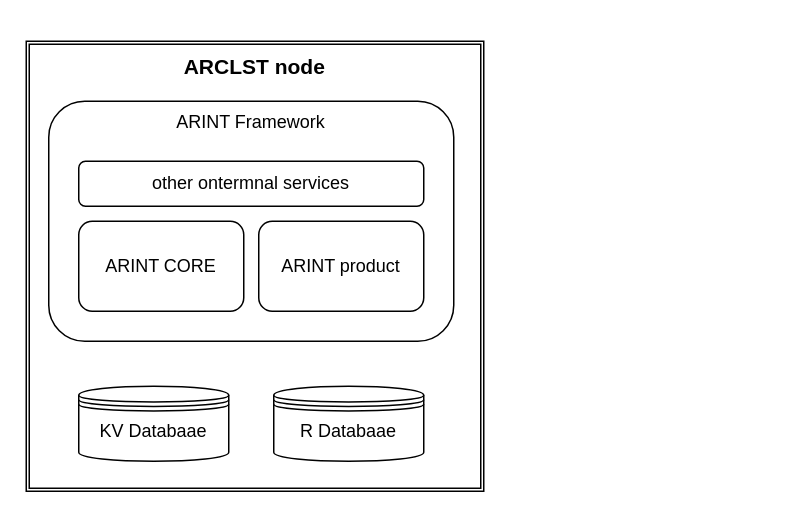
Above: doc_src/pictures/system_landscape.drawio in petre-renware/arint (draw.io), before the change. Source tidied: cells renumbered, new cells numbered last; positions are measured from the earlier drawing's top-left corner, leaving out a move shared by most shapes. Both pictures are drawn from the tidied source at 150%, with x=0, y=0 at pixel (26, 40).
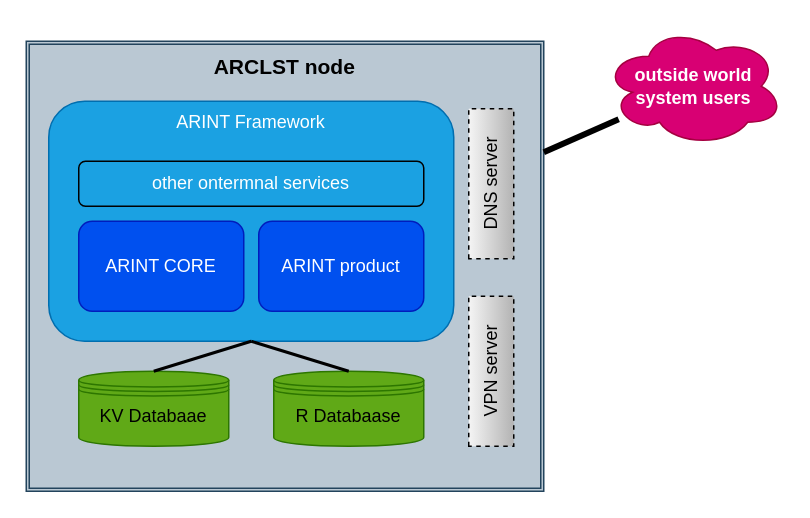
Above is the later version.

What changed in the source:
```diff
@@
 <mxGraphModel>
   <root>
     <mxCell id="0" />
     <mxCell id="1" parent="0" />
-    <mxCell id="2" value="ARCLST node" style="shape=ext;double=1;rounded=0;whiteSpace=wrap;html=1;align=center;verticalAlign=top;fontStyle=1;fontSize=14;" parent="1" vertex="1">
-      <mxGeometry width="305" height="300" as="geometry" />
+    <mxCell id="2" value="ARCLST node" style="shape=ext;double=1;rounded=0;whiteSpace=wrap;html=1;align=center;verticalAlign=top;fontStyle=1;fontSize=14;fillColor=#bac8d3;strokeColor=#23445d;fontColor=#000000;" parent="1" vertex="1">
+      <mxGeometry width="345" height="300" as="geometry" />
     </mxCell>
-    <mxCell id="3" value="ARINT Framework" style="rounded=1;whiteSpace=wrap;html=1;verticalAlign=top;fontStyle=0;" parent="1" vertex="1">
+    <mxCell id="3" value="ARINT Framework" style="rounded=1;whiteSpace=wrap;html=1;verticalAlign=top;fontStyle=0;fillColor=#1ba1e2;fontColor=#ffffff;strokeColor=#006EAF;" parent="1" vertex="1">
       <mxGeometry x="15" y="40" width="270" height="160" as="geometry" />
     </mxCell>
-    <mxCell id="4" value="ARINT product" style="rounded=1;whiteSpace=wrap;html=1;" parent="1" vertex="1">
+    <mxCell id="4" value="ARINT product" style="rounded=1;whiteSpace=wrap;html=1;fillColor=#0050ef;fontColor=#ffffff;strokeColor=#001DBC;" parent="1" vertex="1">
       <mxGeometry x="155" y="120" width="110" height="60" as="geometry" />
     </mxCell>
-    <mxCell id="5" value="other ontermnal services" style="rounded=1;whiteSpace=wrap;html=1;" parent="1" vertex="1">
+    <mxCell id="5" value="other ontermnal services" style="rounded=1;whiteSpace=wrap;html=1;fillColor=#1ba1e2;fontColor=#ffffff;strokeColor=#000000;" parent="1" vertex="1">
       <mxGeometry x="35" y="80" width="230" height="30" as="geometry" />
     </mxCell>
-    <mxCell id="6" value="ARINT CORE" style="rounded=1;whiteSpace=wrap;html=1;" parent="1" vertex="1">
+    <mxCell id="6" value="ARINT CORE" style="rounded=1;whiteSpace=wrap;html=1;fillColor=#0050ef;fontColor=#ffffff;strokeColor=#001DBC;" parent="1" vertex="1">
       <mxGeometry x="35" y="120" width="110" height="60" as="geometry" />
     </mxCell>
-    <mxCell id="7" value="&lt;sup style=&quot;&quot;&gt;&lt;font style=&quot;font-size: 12px;&quot;&gt;KV Databaae&lt;/font&gt;&lt;/sup&gt;" style="shape=datastore;whiteSpace=wrap;html=1;fontSize=16;" parent="1" vertex="1">
-      <mxGeometry x="35" y="230" width="100" height="50" as="geometry" />
+    <mxCell id="7" value="&lt;sup style=&quot;&quot;&gt;&lt;font style=&quot;font-size: 12px;&quot;&gt;KV Databaae&lt;/font&gt;&lt;/sup&gt;" style="shape=datastore;whiteSpace=wrap;html=1;fontSize=16;fontColor=#000000;fillColor=#60a917;strokeColor=#2D7600;" parent="1" vertex="1">
+      <mxGeometry x="35" y="220" width="100" height="50" as="geometry" />
     </mxCell>
-    <mxCell id="8" value="&lt;sup style=&quot;&quot;&gt;&lt;font style=&quot;font-size: 12px;&quot;&gt;R Databaae&lt;/font&gt;&lt;/sup&gt;" style="shape=datastore;whiteSpace=wrap;html=1;fontSize=16;" parent="1" vertex="1">
-      <mxGeometry x="165" y="230" width="100" height="50" as="geometry" />
+    <mxCell id="8" value="&lt;sup style=&quot;&quot;&gt;&lt;font style=&quot;font-size: 12px;&quot;&gt;R Databaase&lt;/font&gt;&lt;/sup&gt;" style="shape=datastore;whiteSpace=wrap;html=1;fontSize=16;fillColor=#60a917;fontColor=#000000;strokeColor=#2D7600;" parent="1" vertex="1">
+      <mxGeometry x="165" y="220" width="100" height="50" as="geometry" />
     </mxCell>
+    <mxCell id="9" value="outside world&lt;br style=&quot;font-size: 12px;&quot;&gt;system users" style="ellipse;shape=cloud;whiteSpace=wrap;html=1;fillColor=#d80073;fontColor=#ffffff;strokeColor=#A50040;fontStyle=1;fontSize=12;" parent="1" vertex="1">
+      <mxGeometry x="385" y="-10" width="120" height="80" as="geometry" />
+    </mxCell>
+    <mxCell id="10" style="endArrow=none;html=1;rounded=0;strokeWidth=4;" parent="1" edge="1" source="2" target="9">
+      <mxGeometry relative="1" as="geometry" />
+    </mxCell>
+    <mxCell id="11" value="DNS server" style="rounded=0;whiteSpace=wrap;html=1;dashed=1;fillColor=#f5f5f5;strokeColor=#000000;gradientColor=#b3b3b3;fontColor=#000000;rotation=-90;" parent="1" vertex="1">
+      <mxGeometry x="260" y="80" width="100" height="30" as="geometry" />
+    </mxCell>
+    <mxCell id="12" value="VPN server" style="rounded=0;whiteSpace=wrap;html=1;dashed=1;fillColor=#f5f5f5;strokeColor=#000000;gradientColor=#b3b3b3;fontColor=#000000;rotation=-90;" parent="1" vertex="1">
+      <mxGeometry x="260" y="205" width="100" height="30" as="geometry" />
+    </mxCell>
+    <mxCell id="13" style="endArrow=none;html=1;rounded=0;entryX=0.5;entryY=1;entryDx=0;entryDy=0;exitX=0.5;exitY=0;exitDx=0;exitDy=0;strokeColor=#000000;strokeWidth=2;" parent="1" edge="1" source="7" target="3">
+      <mxGeometry relative="1" as="geometry" />
+    </mxCell>
+    <mxCell id="14" style="endArrow=none;html=1;rounded=0;entryX=0.5;entryY=1;entryDx=0;entryDy=0;exitX=0.5;exitY=0;exitDx=0;exitDy=0;strokeColor=#000000;strokeWidth=2;" parent="1" edge="1" source="8" target="3">
+      <mxGeometry relative="1" as="geometry" />
+    </mxCell>
   </root>
 </mxGraphModel>
```
